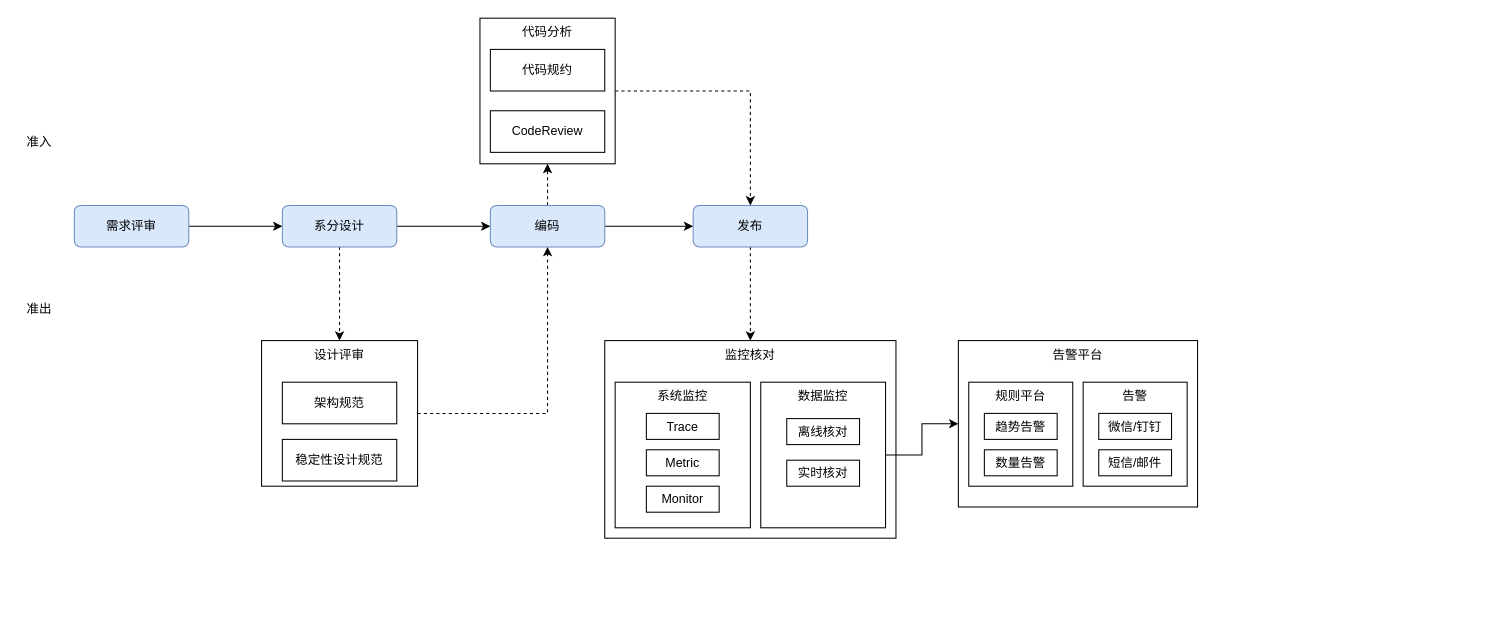
Before: 稳定性.drawio in jon-kong/draw.io, a draw.io diagram. Source tidied: cells renumbered, new cells numbered last; positions are measured from the earlier drawing's top-left corner, leaving out a move shared by most shapes. Both pictures are drawn from the tidied source at 104%, with x=0, y=0 at pixel (18, 18).
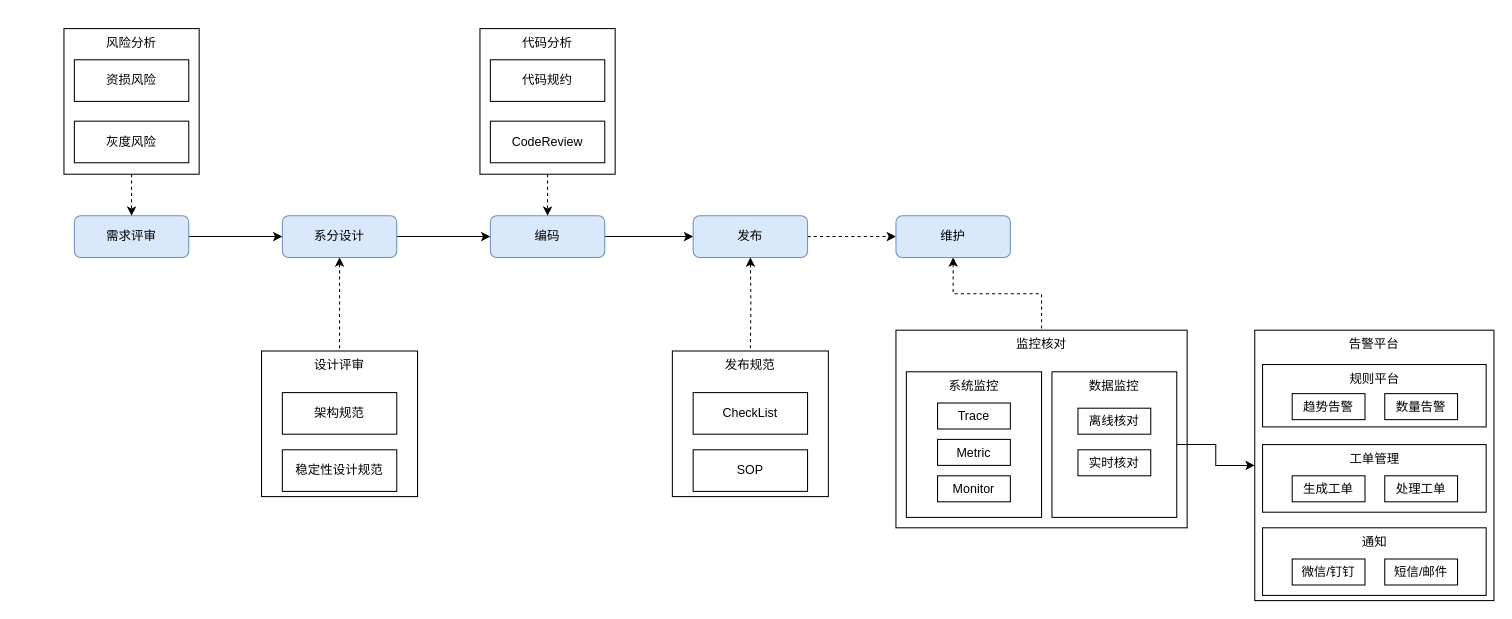
After the change.

What changed in the source:
```diff
@@
     <mxCell id="3" value="需求评审" style="rounded=1;whiteSpace=wrap;html=1;fillColor=#dae8fc;strokeColor=#6c8ebf;" parent="1" vertex="1">
-      <mxGeometry x="54" y="180" width="110" height="40" as="geometry" />
+      <mxGeometry x="54" y="190" width="110" height="40" as="geometry" />
     </mxCell>
@@
-    <mxCell id="5" style="edgeStyle=orthogonalEdgeStyle;rounded=0;jettySize=auto;html=1;exitX=0.5;exitY=1;exitDx=0;exitDy=0;dashed=1;" parent="1" edge="1" source="6" target="34">
+    <mxCell id="5" style="edgeStyle=orthogonalEdgeStyle;rounded=0;jettySize=auto;html=1;exitX=0.5;exitY=1;exitDx=0;exitDy=0;dashed=1;endArrow=none;endFill=0;startArrow=classic;startFill=1;" parent="1" edge="1" source="6" target="34">
       <mxGeometry relative="1" as="geometry" />
     </mxCell>
     <mxCell id="6" value="系分设计" style="rounded=1;whiteSpace=wrap;html=1;fillColor=#dae8fc;strokeColor=#6c8ebf;" parent="1" vertex="1">
-      <mxGeometry x="254" y="180" width="110" height="40" as="geometry" />
+      <mxGeometry x="254" y="190" width="110" height="40" as="geometry" />
     </mxCell>
@@
-    <mxCell id="8" style="edgeStyle=orthogonalEdgeStyle;rounded=0;jettySize=auto;html=1;exitX=0.5;exitY=0;exitDx=0;exitDy=0;entryX=0.5;entryY=1;entryDx=0;entryDy=0;dashed=1;" parent="1" edge="1" source="9" target="15">
-      <mxGeometry relative="1" as="geometry" />
-    </mxCell>
     <mxCell id="9" value="编码" style="rounded=1;whiteSpace=wrap;html=1;fillColor=#dae8fc;strokeColor=#6c8ebf;" parent="1" vertex="1">
-      <mxGeometry x="454" y="180" width="110" height="40" as="geometry" />
+      <mxGeometry x="454" y="190" width="110" height="40" as="geometry" />
     </mxCell>
-    <mxCell id="10" style="edgeStyle=orthogonalEdgeStyle;rounded=0;jettySize=auto;html=1;exitX=0.5;exitY=1;exitDx=0;exitDy=0;entryX=0.5;entryY=0;entryDx=0;entryDy=0;dashed=1;" parent="1" edge="1" source="11" target="18">
+    <mxCell id="10" style="edgeStyle=orthogonalEdgeStyle;rounded=0;jettySize=auto;html=1;exitX=0.5;exitY=1;exitDx=0;exitDy=0;entryX=0.5;entryY=0;entryDx=0;entryDy=0;dashed=1;endArrow=none;endFill=0;startArrow=classic;startFill=1;" parent="1" edge="1" source="43" target="18">
       <mxGeometry relative="1" as="geometry" />
     </mxCell>
+    <mxCell id="38" style="edgeStyle=orthogonalEdgeStyle;rounded=0;jettySize=auto;html=1;exitX=1;exitY=0.5;exitDx=0;exitDy=0;entryX=0;entryY=0.5;entryDx=0;entryDy=0;dashed=1;startArrow=none;startFill=0;endArrow=classic;endFill=1;" parent="1" edge="1" source="11" target="43">
+      <mxGeometry relative="1" as="geometry" />
+    </mxCell>
     <mxCell id="11" value="发布" style="rounded=1;whiteSpace=wrap;html=1;fillColor=#dae8fc;strokeColor=#6c8ebf;" parent="1" vertex="1">
-      <mxGeometry x="649" y="180" width="110" height="40" as="geometry" />
+      <mxGeometry x="649" y="190" width="110" height="40" as="geometry" />
     </mxCell>
-    <mxCell id="12" value="准入" style="text;html=1;align=center;verticalAlign=middle;" parent="1" vertex="1">
-      <mxGeometry y="109" width="40" height="20" as="geometry" />
-    </mxCell>
-    <mxCell id="13" value="准出" style="text;html=1;align=center;verticalAlign=middle;" parent="1" vertex="1">
-      <mxGeometry y="270" width="40" height="20" as="geometry" />
-    </mxCell>
-    <mxCell id="14" style="edgeStyle=orthogonalEdgeStyle;rounded=0;jettySize=auto;html=1;exitX=1;exitY=0.5;exitDx=0;exitDy=0;entryX=0.5;entryY=0;entryDx=0;entryDy=0;dashed=1;" parent="1" edge="1" source="15" target="11">
+    <mxCell id="14" style="edgeStyle=orthogonalEdgeStyle;rounded=0;jettySize=auto;html=1;exitX=0.5;exitY=1;exitDx=0;exitDy=0;dashed=1;" parent="1" edge="1" source="15" target="9">
       <mxGeometry relative="1" as="geometry" />
     </mxCell>
     <mxCell id="15" value="代码分析" style="rounded=0;whiteSpace=wrap;html=1;verticalAlign=top;" parent="1" vertex="1">
-      <mxGeometry x="444" width="130" height="140" as="geometry" />
+      <mxGeometry x="444" y="10" width="130" height="140" as="geometry" />
     </mxCell>
     <mxCell id="16" value="告警平台" style="rounded=0;whiteSpace=wrap;html=1;verticalAlign=top;" parent="1" vertex="1">
-      <mxGeometry x="904" y="310" width="230" height="160" as="geometry" />
+      <mxGeometry x="1189" y="300" width="230" height="260" as="geometry" />
     </mxCell>
     <mxCell id="17" value="代码规约" style="rounded=0;whiteSpace=wrap;html=1;" parent="1" vertex="1">
-      <mxGeometry x="454" y="30" width="110" height="40" as="geometry" />
+      <mxGeometry x="454" y="40" width="110" height="40" as="geometry" />
     </mxCell>
     <mxCell id="18" value="监控核对" style="rounded=0;whiteSpace=wrap;html=1;verticalAlign=top;" parent="1" vertex="1">
-      <mxGeometry x="564" y="310" width="280" height="190" as="geometry" />
+      <mxGeometry x="844" y="300" width="280" height="190" as="geometry" />
     </mxCell>
     <mxCell id="19" value="系统监控" style="rounded=0;whiteSpace=wrap;html=1;verticalAlign=top;" parent="1" vertex="1">
-      <mxGeometry x="574" y="350" width="130" height="140" as="geometry" />
+      <mxGeometry x="854" y="340" width="130" height="140" as="geometry" />
     </mxCell>
@@
     <mxCell id="21" value="数据监控" style="rounded=0;whiteSpace=wrap;html=1;verticalAlign=top;" parent="1" vertex="1">
-      <mxGeometry x="714" y="350" width="120" height="140" as="geometry" />
+      <mxGeometry x="994" y="340" width="120" height="140" as="geometry" />
     </mxCell>
     <mxCell id="22" value="Trace" style="rounded=0;whiteSpace=wrap;html=1;" parent="1" vertex="1">
-      <mxGeometry x="604" y="380" width="70" height="25" as="geometry" />
+      <mxGeometry x="884" y="370" width="70" height="25" as="geometry" />
     </mxCell>
     <mxCell id="23" value="Metric" style="rounded=0;whiteSpace=wrap;html=1;" parent="1" vertex="1">
-      <mxGeometry x="604" y="415" width="70" height="25" as="geometry" />
+      <mxGeometry x="884" y="405" width="70" height="25" as="geometry" />
     </mxCell>
     <mxCell id="24" value="Monitor" style="rounded=0;whiteSpace=wrap;html=1;" parent="1" vertex="1">
-      <mxGeometry x="604" y="450" width="70" height="25" as="geometry" />
+      <mxGeometry x="884" y="440" width="70" height="25" as="geometry" />
     </mxCell>
     <mxCell id="25" value="离线核对" style="rounded=0;whiteSpace=wrap;html=1;" parent="1" vertex="1">
-      <mxGeometry x="739" y="385" width="70" height="25" as="geometry" />
+      <mxGeometry x="1019" y="375" width="70" height="25" as="geometry" />
     </mxCell>
     <mxCell id="26" value="实时核对" style="rounded=0;whiteSpace=wrap;html=1;" parent="1" vertex="1">
-      <mxGeometry x="739" y="425" width="70" height="25" as="geometry" />
+      <mxGeometry x="1019" y="415" width="70" height="25" as="geometry" />
     </mxCell>
     <mxCell id="27" value="规则平台" style="rounded=0;whiteSpace=wrap;html=1;verticalAlign=top;" parent="1" vertex="1">
-      <mxGeometry x="914" y="350" width="100" height="100" as="geometry" />
+      <mxGeometry x="1196.5" y="333" width="215" height="60" as="geometry" />
     </mxCell>
     <mxCell id="28" value="数量告警" style="rounded=0;whiteSpace=wrap;html=1;" parent="1" vertex="1">
-      <mxGeometry x="929" y="415" width="70" height="25" as="geometry" />
+      <mxGeometry x="1314" y="361" width="70" height="25" as="geometry" />
     </mxCell>
     <mxCell id="29" value="趋势告警" style="rounded=0;whiteSpace=wrap;html=1;" parent="1" vertex="1">
-      <mxGeometry x="929" y="380" width="70" height="25" as="geometry" />
+      <mxGeometry x="1225" y="361" width="70" height="25" as="geometry" />
     </mxCell>
-    <mxCell id="30" value="告警" style="rounded=0;whiteSpace=wrap;html=1;verticalAlign=top;" parent="1" vertex="1">
-      <mxGeometry x="1024" y="350" width="100" height="100" as="geometry" />
+    <mxCell id="30" value="通知" style="rounded=0;whiteSpace=wrap;html=1;verticalAlign=top;" parent="1" vertex="1">
+      <mxGeometry x="1196.5" y="490" width="215" height="65" as="geometry" />
     </mxCell>
     <mxCell id="31" value="短信/邮件" style="rounded=0;whiteSpace=wrap;html=1;" parent="1" vertex="1">
-      <mxGeometry x="1039" y="415" width="70" height="25" as="geometry" />
+      <mxGeometry x="1314" y="520" width="70" height="25" as="geometry" />
     </mxCell>
     <mxCell id="32" value="微信/钉钉" style="rounded=0;whiteSpace=wrap;html=1;" parent="1" vertex="1">
-      <mxGeometry x="1039" y="380" width="70" height="25" as="geometry" />
+      <mxGeometry x="1225" y="520" width="70" height="25" as="geometry" />
     </mxCell>
-    <mxCell id="33" style="edgeStyle=orthogonalEdgeStyle;rounded=0;jettySize=auto;html=1;exitX=1;exitY=0.5;exitDx=0;exitDy=0;entryX=0.5;entryY=1;entryDx=0;entryDy=0;dashed=1;" parent="1" edge="1" source="34" target="9">
-      <mxGeometry relative="1" as="geometry" />
-    </mxCell>
     <mxCell id="34" value="设计评审" style="rounded=0;whiteSpace=wrap;html=1;verticalAlign=top;" parent="1" vertex="1">
-      <mxGeometry x="234" y="310" width="150" height="140" as="geometry" />
+      <mxGeometry x="234" y="320" width="150" height="140" as="geometry" />
     </mxCell>
     <mxCell id="35" value="稳定性设计规范" style="rounded=0;whiteSpace=wrap;html=1;" parent="1" vertex="1">
-      <mxGeometry x="254" y="405" width="110" height="40" as="geometry" />
+      <mxGeometry x="254" y="415" width="110" height="40" as="geometry" />
     </mxCell>
     <mxCell id="36" value="架构规范" style="rounded=0;whiteSpace=wrap;html=1;" parent="1" vertex="1">
-      <mxGeometry x="254" y="350" width="110" height="40" as="geometry" />
+      <mxGeometry x="254" y="360" width="110" height="40" as="geometry" />
     </mxCell>
     <mxCell id="37" value="CodeReview" style="rounded=0;whiteSpace=wrap;html=1;" parent="1" vertex="1">
-      <mxGeometry x="454" y="89" width="110" height="40" as="geometry" />
+      <mxGeometry x="454" y="99" width="110" height="40" as="geometry" />
     </mxCell>
+    <mxCell id="39" style="edgeStyle=orthogonalEdgeStyle;rounded=0;jettySize=auto;html=1;exitX=0.5;exitY=1;exitDx=0;exitDy=0;dashed=1;" parent="1" edge="1" source="40">
+      <mxGeometry relative="1" as="geometry">
+        <mxPoint x="109" y="190" as="targetPoint" />
+      </mxGeometry>
+    </mxCell>
+    <mxCell id="40" value="风险分析" style="rounded=0;whiteSpace=wrap;html=1;verticalAlign=top;" parent="1" vertex="1">
+      <mxGeometry x="44" y="10" width="130" height="140" as="geometry" />
+    </mxCell>
+    <mxCell id="41" value="资损风险" style="rounded=0;whiteSpace=wrap;html=1;" parent="1" vertex="1">
+      <mxGeometry x="54" y="40" width="110" height="40" as="geometry" />
+    </mxCell>
+    <mxCell id="42" value="灰度风险" style="rounded=0;whiteSpace=wrap;html=1;" parent="1" vertex="1">
+      <mxGeometry x="54" y="99" width="110" height="40" as="geometry" />
+    </mxCell>
+    <mxCell id="43" value="维护" style="rounded=1;whiteSpace=wrap;html=1;fillColor=#dae8fc;strokeColor=#6c8ebf;" parent="1" vertex="1">
+      <mxGeometry x="844" y="190" width="110" height="40" as="geometry" />
+    </mxCell>
+    <mxCell id="44" style="edgeStyle=orthogonalEdgeStyle;rounded=0;jettySize=auto;html=1;exitX=0.5;exitY=1;exitDx=0;exitDy=0;dashed=1;endArrow=none;endFill=0;startArrow=classic;startFill=1;" parent="1" edge="1" target="45">
+      <mxGeometry relative="1" as="geometry">
+        <mxPoint x="704" y="230" as="sourcePoint" />
+      </mxGeometry>
+    </mxCell>
+    <mxCell id="45" value="发布规范" style="rounded=0;whiteSpace=wrap;html=1;verticalAlign=top;" parent="1" vertex="1">
+      <mxGeometry x="629" y="320" width="150" height="140" as="geometry" />
+    </mxCell>
+    <mxCell id="46" value="SOP" style="rounded=0;whiteSpace=wrap;html=1;" parent="1" vertex="1">
+      <mxGeometry x="649" y="415" width="110" height="40" as="geometry" />
+    </mxCell>
+    <mxCell id="47" value="CheckList" style="rounded=0;whiteSpace=wrap;html=1;" parent="1" vertex="1">
+      <mxGeometry x="649" y="360" width="110" height="40" as="geometry" />
+    </mxCell>
+    <mxCell id="48" value="工单管理" style="rounded=0;whiteSpace=wrap;html=1;verticalAlign=top;" parent="1" vertex="1">
+      <mxGeometry x="1196.5" y="410" width="215" height="65" as="geometry" />
+    </mxCell>
+    <mxCell id="49" value="处理工单" style="rounded=0;whiteSpace=wrap;html=1;" parent="1" vertex="1">
+      <mxGeometry x="1314" y="440" width="70" height="25" as="geometry" />
+    </mxCell>
+    <mxCell id="50" value="生成工单" style="rounded=0;whiteSpace=wrap;html=1;" parent="1" vertex="1">
+      <mxGeometry x="1225" y="440" width="70" height="25" as="geometry" />
+    </mxCell>
```
